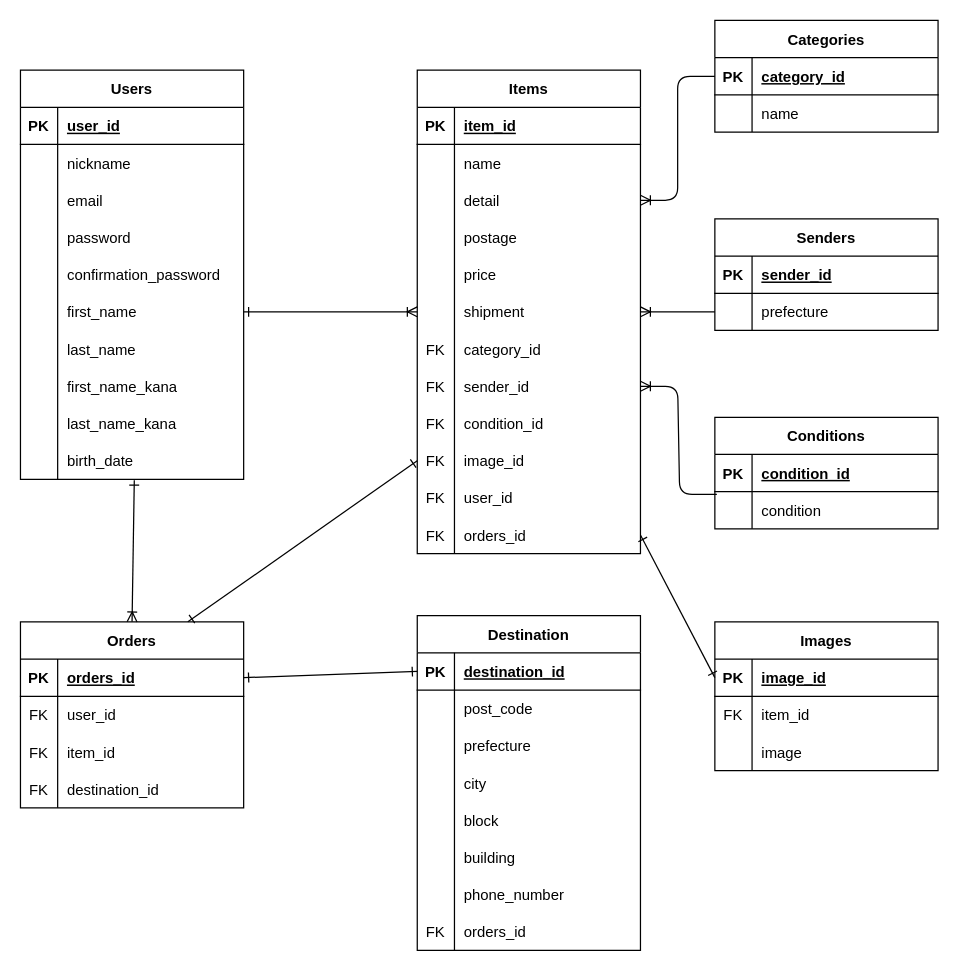
Before: app/controllers/furima_39316_er.dio in nobi2dim/furima-39316, a draw.io diagram. Source tidied: cells renumbered, new cells numbered last; positions are measured from the earlier drawing's top-left corner, leaving out a move shared by most shapes. Both pictures are drawn from the tidied source at 124%, with x=0, y=0 at pixel (20, 20).
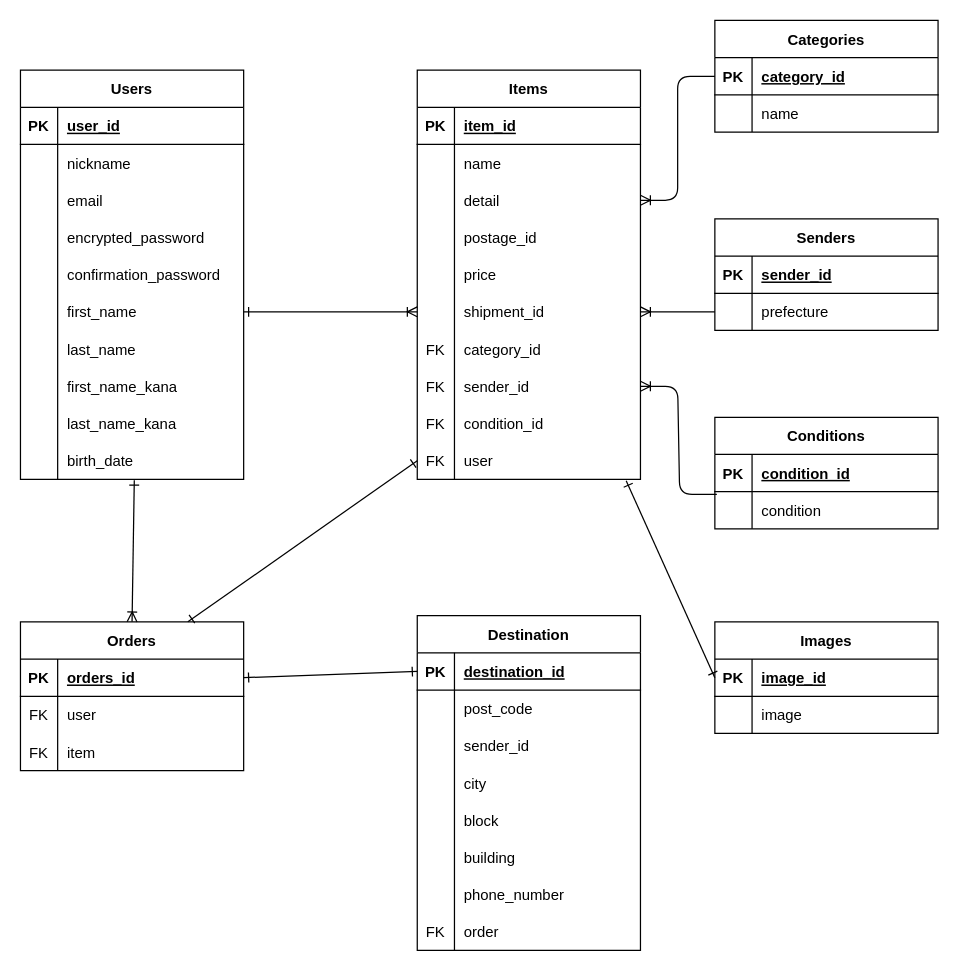
The same diagram, later.

Commit message (it also covers changes not shown here):
データベース設計の修正(2)

Unchanged cells that the change refers to:
```xml
<mxCell id="12" style="shape=tableRow;horizontal=0;startSize=0;swimlaneHead=0;swimlaneBody=0;fillColor=none;top=0;left=0;right=0;bottom=0;" parent="2" vertex="1">
  <mxGeometry y="120" width="180" height="30" as="geometry" />
</mxCell>
<mxCell id="43" style="shape=tableRow;horizontal=0;startSize=0;swimlaneHead=0;swimlaneBody=0;fillColor=none;top=0;left=0;right=0;bottom=0;" parent="33" vertex="1">
  <mxGeometry y="120" width="180" height="30" as="geometry" />
</mxCell>
<mxCell id="49" style="shape=tableRow;horizontal=0;startSize=0;swimlaneHead=0;swimlaneBody=0;fillColor=none;points=[[0,0.5],[1,0.5]];portConstraint=eastwest;top=0;left=0;right=0;bottom=0;" parent="33" vertex="1">
  <mxGeometry y="180" width="180" height="30" as="geometry" />
</mxCell>
<mxCell id="77" style="shape=tableRow;horizontal=0;startSize=0;swimlaneHead=0;swimlaneBody=0;fillColor=none;top=0;left=0;right=0;bottom=0;" parent="70" vertex="1">
  <mxGeometry y="90" width="180" height="30" as="geometry" />
</mxCell>
<mxCell id="92" style="shape=tableRow;horizontal=0;startSize=0;swimlaneHead=0;swimlaneBody=0;fillColor=none;top=0;left=0;right=0;bottom=0;" parent="70" vertex="1">
  <mxGeometry y="240" width="180" height="30" as="geometry" />
</mxCell>
<mxCell id="99" style="shape=tableRow;horizontal=0;startSize=0;swimlaneHead=0;swimlaneBody=0;fillColor=none;top=0;left=0;right=0;bottom=0;" parent="95" vertex="1">
  <mxGeometry y="60" width="180" height="30" as="geometry" />
</mxCell>
<mxCell id="102" style="shape=tableRow;horizontal=0;startSize=0;swimlaneHead=0;swimlaneBody=0;fillColor=none;top=0;left=0;right=0;bottom=0;" parent="95" vertex="1">
  <mxGeometry y="90" width="180" height="30" as="geometry" />
</mxCell>
<mxCell id="130" style="shape=tableRow;horizontal=0;startSize=0;swimlaneHead=0;swimlaneBody=0;fillColor=none;points=[[0,0.5],[1,0.5]];portConstraint=eastwest;top=0;left=0;right=0;bottom=1;" parent="129" vertex="1">
  <mxGeometry y="30" width="180" height="30" as="geometry" />
</mxCell>
```

The edit, as a diff of the source:
```diff
@@
-    <mxCell id="14" value="password" style="shape=partialRectangle;fillColor=none;top=0;left=0;bottom=0;right=0;align=left;spacingLeft=6;overflow=hidden;" parent="12" vertex="1">
+    <mxCell id="14" value="encrypted_password" style="shape=partialRectangle;fillColor=none;top=0;left=0;bottom=0;right=0;align=left;spacingLeft=6;overflow=hidden;" parent="12" vertex="1">
       <mxGeometry x="30" width="150" height="30" as="geometry" />
     </mxCell>
@@
     <mxCell id="33" value="Items" style="shape=table;startSize=30;childLayout=tableLayout;rowLines=0;fontStyle=1;align=center;" parent="1" vertex="1">
-      <mxGeometry x="320" y="40" width="180" height="390" as="geometry" />
+      <mxGeometry x="320" y="40" width="180" height="330" as="geometry" />
     </mxCell>
@@
-    <mxCell id="45" value="postage" style="shape=partialRectangle;fillColor=none;top=0;left=0;bottom=0;right=0;align=left;spacingLeft=6;overflow=hidden;" parent="43" vertex="1">
+    <mxCell id="45" value="postage_id" style="shape=partialRectangle;fillColor=none;top=0;left=0;bottom=0;right=0;align=left;spacingLeft=6;overflow=hidden;" parent="43" vertex="1">
       <mxGeometry x="30" width="150" height="30" as="geometry" />
     </mxCell>
@@
-    <mxCell id="51" value="shipment" style="shape=partialRectangle;fillColor=none;top=0;left=0;bottom=0;right=0;align=left;spacingLeft=6;fontStyle=0;overflow=hidden;" parent="49" vertex="1">
+    <mxCell id="51" value="shipment_id" style="shape=partialRectangle;fillColor=none;top=0;left=0;bottom=0;right=0;align=left;spacingLeft=6;fontStyle=0;overflow=hidden;" parent="49" vertex="1">
       <mxGeometry x="30" width="150" height="30" as="geometry" />
     </mxCell>
@@
-    <mxCell id="61" style="shape=tableRow;horizontal=0;startSize=0;swimlaneHead=0;swimlaneBody=0;fillColor=none;points=[[0,0.5],[1,0.5]];portConstraint=eastwest;top=0;left=0;right=0;bottom=0;" parent="33" vertex="1">
-      <mxGeometry y="300" width="180" height="30" as="geometry" />
-    </mxCell>
-    <mxCell id="62" value="FK" style="shape=partialRectangle;fillColor=none;top=0;left=0;bottom=0;right=0;fontStyle=0;overflow=hidden;" parent="61" vertex="1">
-      <mxGeometry width="30" height="30" as="geometry" />
-    </mxCell>
-    <mxCell id="63" value="image_id" style="shape=partialRectangle;fillColor=none;top=0;left=0;bottom=0;right=0;align=left;spacingLeft=6;fontStyle=0;overflow=hidden;" parent="61" vertex="1">
-      <mxGeometry x="30" width="150" height="30" as="geometry" />
-    </mxCell>
     <mxCell id="64" style="shape=tableRow;horizontal=0;startSize=0;swimlaneHead=0;swimlaneBody=0;fillColor=none;points=[[0,0.5],[1,0.5]];portConstraint=eastwest;top=0;left=0;right=0;bottom=0;" parent="33" vertex="1">
-      <mxGeometry y="330" width="180" height="30" as="geometry" />
+      <mxGeometry y="300" width="180" height="30" as="geometry" />
     </mxCell>
@@
-    <mxCell id="66" value="user_id" style="shape=partialRectangle;fillColor=none;top=0;left=0;bottom=0;right=0;align=left;spacingLeft=6;fontStyle=0;overflow=hidden;" parent="64" vertex="1">
+    <mxCell id="66" value="user" style="shape=partialRectangle;fillColor=none;top=0;left=0;bottom=0;right=0;align=left;spacingLeft=6;fontStyle=0;overflow=hidden;" parent="64" vertex="1">
       <mxGeometry x="30" width="150" height="30" as="geometry" />
     </mxCell>
-    <mxCell id="67" style="shape=tableRow;horizontal=0;startSize=0;swimlaneHead=0;swimlaneBody=0;fillColor=none;points=[[0,0.5],[1,0.5]];portConstraint=eastwest;top=0;left=0;right=0;bottom=0;" parent="33" vertex="1">
-      <mxGeometry y="360" width="180" height="30" as="geometry" />
-    </mxCell>
-    <mxCell id="68" value="FK" style="shape=partialRectangle;fillColor=none;top=0;left=0;bottom=0;right=0;fontStyle=0;overflow=hidden;" parent="67" vertex="1">
-      <mxGeometry width="30" height="30" as="geometry" />
-    </mxCell>
-    <mxCell id="69" value="orders_id" style="shape=partialRectangle;fillColor=none;top=0;left=0;bottom=0;right=0;align=left;spacingLeft=6;fontStyle=0;overflow=hidden;" parent="67" vertex="1">
-      <mxGeometry x="30" width="150" height="30" as="geometry" />
-    </mxCell>
@@
-    <mxCell id="79" value="prefecture" style="shape=partialRectangle;fillColor=none;top=0;left=0;bottom=0;right=0;align=left;spacingLeft=6;overflow=hidden;" parent="77" vertex="1">
+    <mxCell id="79" value="sender_id" style="shape=partialRectangle;fillColor=none;top=0;left=0;bottom=0;right=0;align=left;spacingLeft=6;overflow=hidden;" parent="77" vertex="1">
       <mxGeometry x="30" width="150" height="30" as="geometry" />
     </mxCell>
@@
-    <mxCell id="94" value="orders_id" style="shape=partialRectangle;fillColor=none;top=0;left=0;bottom=0;right=0;align=left;spacingLeft=6;fontStyle=0;overflow=hidden;" parent="92" vertex="1">
+    <mxCell id="94" value="order" style="shape=partialRectangle;fillColor=none;top=0;left=0;bottom=0;right=0;align=left;spacingLeft=6;fontStyle=0;overflow=hidden;" parent="92" vertex="1">
       <mxGeometry x="30" width="150" height="30" as="geometry" />
     </mxCell>
     <mxCell id="95" value="Orders" style="shape=table;startSize=30;childLayout=tableLayout;rowLines=0;fontStyle=1;align=center;" parent="1" vertex="1">
-      <mxGeometry y="485" width="180" height="150" as="geometry" />
+      <mxGeometry y="485" width="180" height="120" as="geometry" />
     </mxCell>
@@
-    <mxCell id="101" value="user_id" style="shape=partialRectangle;fillColor=none;top=0;left=0;bottom=0;right=0;align=left;spacingLeft=6;fontStyle=0;overflow=hidden;" parent="99" vertex="1">
+    <mxCell id="101" value="user" style="shape=partialRectangle;fillColor=none;top=0;left=0;bottom=0;right=0;align=left;spacingLeft=6;fontStyle=0;overflow=hidden;" parent="99" vertex="1">
       <mxGeometry x="30" width="150" height="30" as="geometry" />
     </mxCell>
@@
-    <mxCell id="104" value="item_id" style="shape=partialRectangle;fillColor=none;top=0;left=0;bottom=0;right=0;align=left;spacingLeft=6;fontStyle=0;overflow=hidden;" parent="102" vertex="1">
+    <mxCell id="104" value="item" style="shape=partialRectangle;fillColor=none;top=0;left=0;bottom=0;right=0;align=left;spacingLeft=6;fontStyle=0;overflow=hidden;" parent="102" vertex="1">
       <mxGeometry x="30" width="150" height="30" as="geometry" />
     </mxCell>
-    <mxCell id="105" style="shape=tableRow;horizontal=0;startSize=0;swimlaneHead=0;swimlaneBody=0;fillColor=none;top=0;left=0;right=0;bottom=0;" parent="95" vertex="1">
-      <mxGeometry y="120" width="180" height="30" as="geometry" />
-    </mxCell>
-    <mxCell id="106" value="FK" style="shape=partialRectangle;fillColor=none;top=0;left=0;bottom=0;right=0;fontStyle=0;overflow=hidden;" parent="105" vertex="1">
-      <mxGeometry width="30" height="30" as="geometry" />
-    </mxCell>
-    <mxCell id="107" value="destination_id" style="shape=partialRectangle;fillColor=none;top=0;left=0;bottom=0;right=0;align=left;spacingLeft=6;fontStyle=0;overflow=hidden;" parent="105" vertex="1">
-      <mxGeometry x="30" width="150" height="30" as="geometry" />
-    </mxCell>
@@
     <mxCell id="129" value="Images" style="shape=table;startSize=30;childLayout=tableLayout;rowLines=0;fontStyle=1;align=center;" parent="1" vertex="1">
-      <mxGeometry x="560" y="485" width="180" height="120" as="geometry" />
+      <mxGeometry x="560" y="485" width="180" height="90" as="geometry" />
     </mxCell>
@@
-    <mxCell id="133" style="shape=tableRow;horizontal=0;startSize=0;swimlaneHead=0;swimlaneBody=0;fillColor=none;top=0;left=0;right=0;bottom=0;" parent="129" vertex="1">
-      <mxGeometry y="60" width="180" height="30" as="geometry" />
-    </mxCell>
-    <mxCell id="134" value="FK" style="shape=partialRectangle;fillColor=none;top=0;left=0;bottom=0;right=0;fontStyle=0;overflow=hidden;" parent="133" vertex="1">
-      <mxGeometry width="30" height="30" as="geometry" />
-    </mxCell>
-    <mxCell id="135" value="item_id" style="shape=partialRectangle;fillColor=none;top=0;left=0;bottom=0;right=0;align=left;spacingLeft=6;fontStyle=0;overflow=hidden;" parent="133" vertex="1">
-      <mxGeometry x="30" width="150" height="30" as="geometry" />
-    </mxCell>
     <mxCell id="136" style="shape=tableRow;horizontal=0;startSize=0;swimlaneHead=0;swimlaneBody=0;fillColor=none;top=0;left=0;right=0;bottom=0;" parent="129" vertex="1">
-      <mxGeometry y="90" width="180" height="30" as="geometry" />
+      <mxGeometry y="60" width="180" height="30" as="geometry" />
     </mxCell>
@@
-    <mxCell id="141" style="endArrow=ERone;html=1;rounded=0;exitX=0;exitY=0.5;exitDx=0;exitDy=0;entryX=0.75;entryY=0;entryDx=0;entryDy=0;startArrow=ERone;startFill=0;endFill=0;" parent="1" edge="1" source="61" target="95">
-      <mxGeometry relative="1" as="geometry" />
+    <mxCell id="141" style="endArrow=ERone;html=1;rounded=0;exitX=0;exitY=0.5;exitDx=0;exitDy=0;entryX=0.75;entryY=0;entryDx=0;entryDy=0;startArrow=ERone;startFill=0;endFill=0;" parent="1" edge="1" target="95">
+      <mxGeometry relative="1" as="geometry">
+        <mxPoint x="320" y="355" as="sourcePoint" />
+      </mxGeometry>
     </mxCell>
@@
-    <mxCell id="146" style="endArrow=ERone;html=1;rounded=0;entryX=1;entryY=0.5;entryDx=0;entryDy=0;startArrow=ERone;startFill=0;endFill=0;exitX=0;exitY=0.5;exitDx=0;exitDy=0;" parent="1" edge="1" source="130" target="67">
+    <mxCell id="146" style="endArrow=ERone;html=1;rounded=0;entryX=0.936;entryY=1.04;entryDx=0;entryDy=0;startArrow=ERone;startFill=0;endFill=0;exitX=0;exitY=0.5;exitDx=0;exitDy=0;entryPerimeter=0;" parent="1" edge="1" source="130" target="64">
       <mxGeometry relative="1" as="geometry" />
     </mxCell>
```
